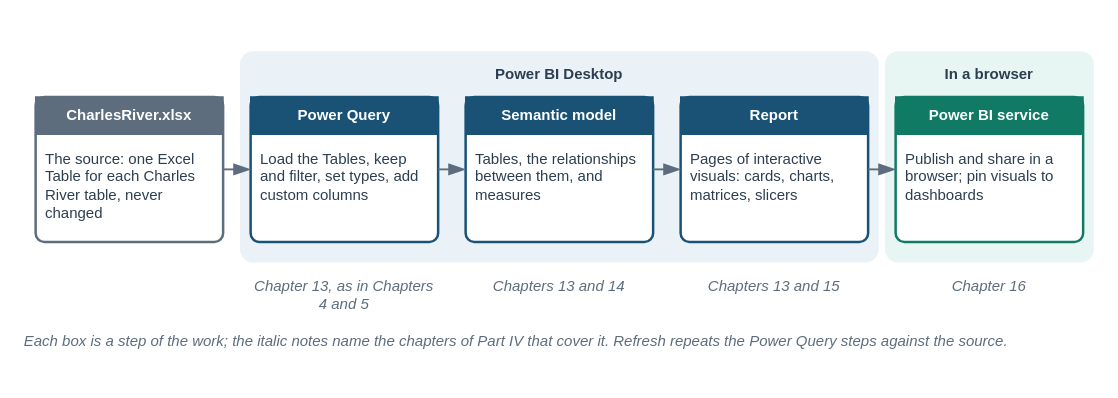
Earlier version of the draw.io diagram visuals/src/fig-13-01-power-bi-workflow.drawio (mmcodesso/Accounting_Analytics_Book). Source tidied: cells renumbered, new cells numbered last; positions are measured from the earlier drawing's top-left corner, leaving out a move shared by most shapes. Both pictures are drawn from the tidied source at 125%, with x=0, y=0 at pixel (21, 21).
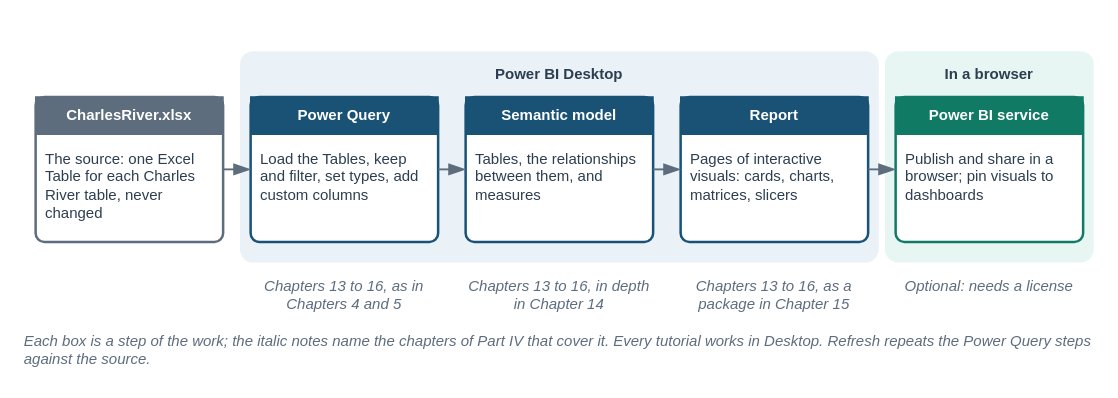
The same diagram, later.

Change to the diagram source:
```diff
@@
-    <mxCell id="13" value="&lt;i&gt;Chapter 13, as in Chapters 4 and 5&lt;/i&gt;" style="text;html=1;whiteSpace=wrap;align=center;verticalAlign=top;fontSize=12;fontColor=#5D6D7E;fontStyle=0;fontFamily=Helvetica;spacing=2;fillColor=none;strokeColor=none;" parent="1" vertex="1">
+    <mxCell id="13" value="&lt;i&gt;Chapters 13 to 16, as in Chapters 4 and 5&lt;/i&gt;" style="text;html=1;whiteSpace=wrap;align=center;verticalAlign=top;fontSize=12;fontColor=#5D6D7E;fontStyle=0;fontFamily=Helvetica;spacing=2;fillColor=none;strokeColor=none;" parent="1" vertex="1">
       <mxGeometry x="183" y="198" width="150" height="36" as="geometry" />
     </mxCell>
@@
-    <mxCell id="17" value="&lt;i&gt;Chapters 13 and 14&lt;/i&gt;" style="text;html=1;whiteSpace=wrap;align=center;verticalAlign=top;fontSize=12;fontColor=#5D6D7E;fontStyle=0;fontFamily=Helvetica;spacing=2;fillColor=none;strokeColor=none;" parent="1" vertex="1">
+    <mxCell id="17" value="&lt;i&gt;Chapters 13 to 16, in depth in Chapter 14&lt;/i&gt;" style="text;html=1;whiteSpace=wrap;align=center;verticalAlign=top;fontSize=12;fontColor=#5D6D7E;fontStyle=0;fontFamily=Helvetica;spacing=2;fillColor=none;strokeColor=none;" parent="1" vertex="1">
       <mxGeometry x="355" y="198" width="150" height="36" as="geometry" />
     </mxCell>
@@
-    <mxCell id="21" value="&lt;i&gt;Chapters 13 and 15&lt;/i&gt;" style="text;html=1;whiteSpace=wrap;align=center;verticalAlign=top;fontSize=12;fontColor=#5D6D7E;fontStyle=0;fontFamily=Helvetica;spacing=2;fillColor=none;strokeColor=none;" parent="1" vertex="1">
+    <mxCell id="21" value="&lt;i&gt;Chapters 13 to 16, as a package in Chapter 15&lt;/i&gt;" style="text;html=1;whiteSpace=wrap;align=center;verticalAlign=top;fontSize=12;fontColor=#5D6D7E;fontStyle=0;fontFamily=Helvetica;spacing=2;fillColor=none;strokeColor=none;" parent="1" vertex="1">
       <mxGeometry x="527" y="198" width="150" height="36" as="geometry" />
     </mxCell>
@@
-    <mxCell id="25" value="&lt;i&gt;Chapter 16&lt;/i&gt;" style="text;html=1;whiteSpace=wrap;align=center;verticalAlign=top;fontSize=12;fontColor=#5D6D7E;fontStyle=0;fontFamily=Helvetica;spacing=2;fillColor=none;strokeColor=none;" parent="1" vertex="1">
+    <mxCell id="25" value="&lt;i&gt;Optional: needs a license&lt;/i&gt;" style="text;html=1;whiteSpace=wrap;align=center;verticalAlign=top;fontSize=12;fontColor=#5D6D7E;fontStyle=0;fontFamily=Helvetica;spacing=2;fillColor=none;strokeColor=none;" parent="1" vertex="1">
       <mxGeometry x="699" y="198" width="150" height="36" as="geometry" />
     </mxCell>
@@
-    <mxCell id="30" value="&lt;i&gt;Each box is a step of the work; the italic notes name the chapters of Part IV that cover it. Refresh repeats the Power Query steps against the source.&lt;/i&gt;" style="text;html=1;whiteSpace=wrap;align=left;verticalAlign=top;fontSize=12;fontColor=#5D6D7E;fontStyle=0;fontFamily=Helvetica;spacing=2;fillColor=none;strokeColor=none;" parent="1" vertex="1">
+    <mxCell id="30" value="&lt;i&gt;Each box is a step of the work; the italic notes name the chapters of Part IV that cover it. Every tutorial works in Desktop. Refresh repeats the Power Query steps against the source.&lt;/i&gt;" style="text;html=1;whiteSpace=wrap;align=left;verticalAlign=top;fontSize=12;fontColor=#5D6D7E;fontStyle=0;fontFamily=Helvetica;spacing=2;fillColor=none;strokeColor=none;" parent="1" vertex="1">
       <mxGeometry y="242" width="860" height="40" as="geometry" />
     </mxCell>
```
